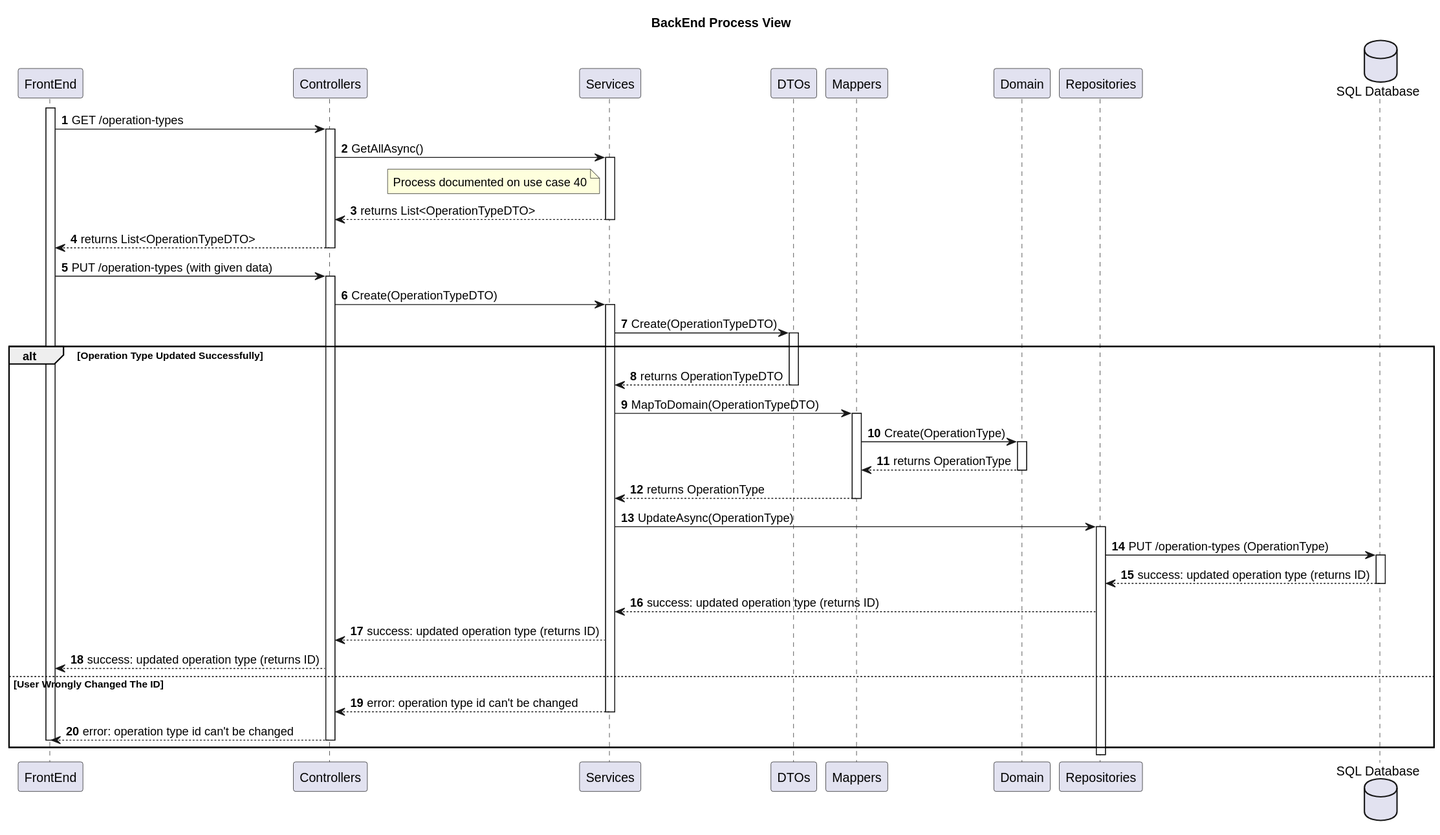
Before: docs/SprintA/38-edit-operation-types/level3/backend-process-view.svg, a diagram exported from PlantUML (MiguelCardoso77/SurgicalSync-BackEnd). Source of this version:
```plantuml
@startuml
autonumber

title BackEnd Process View

participant "FrontEnd" as FE
participant "Controllers" as CN
participant "Services" as SV
participant "DTOs" as DTO
participant "Mappers" as MP
participant "Domain" as DM
participant "Repositories" as REPO
database "SQL Database" as SQL

activate FE
    FE -> CN : GET /operation-types
    activate CN

        CN -> SV : GetAllAsync()
        activate SV

            note left of SV
                Process documented on use case 40
            end note
            SV --> CN : returns List<OperationTypeDTO>
        deactivate SV

        CN --> FE : returns List<OperationTypeDTO>
    deactivate CN

    FE -> CN: PUT /operation-types (with given data)
    activate CN

        CN -> SV : Create(OperationTypeDTO)
        activate SV

            SV -> DTO : Create(OperationTypeDTO)
            activate DTO

alt Operation Type Updated Successfully

                DTO --> SV : returns OperationTypeDTO
            deactivate DTO

            SV -> MP : MapToDomain(OperationTypeDTO)
            activate MP

                MP -> DM : Create(OperationType)
                activate DM

                    DM --> MP : returns OperationType
                deactivate DM

                MP --> SV : returns OperationType
            deactivate MP

            SV -> REPO : UpdateAsync(OperationType)
            activate REPO

                REPO -> SQL : PUT /operation-types (OperationType)
                activate SQL

                    SQL --> REPO : success: updated operation type (returns ID)
                deactivate SQL

                REPO --> SV : success: updated operation type (returns ID)


            SV --> CN : success: updated operation type (returns ID)
        FE <-- CN: success: updated operation type (returns ID)

else User Wrongly Changed The ID

            SV --> CN : error: operation type id can't be changed
        deactivate SV
        FE <-- CN: error: operation type id can't be changed
    deactivate CN

deactivate FE
end
@enduml
```
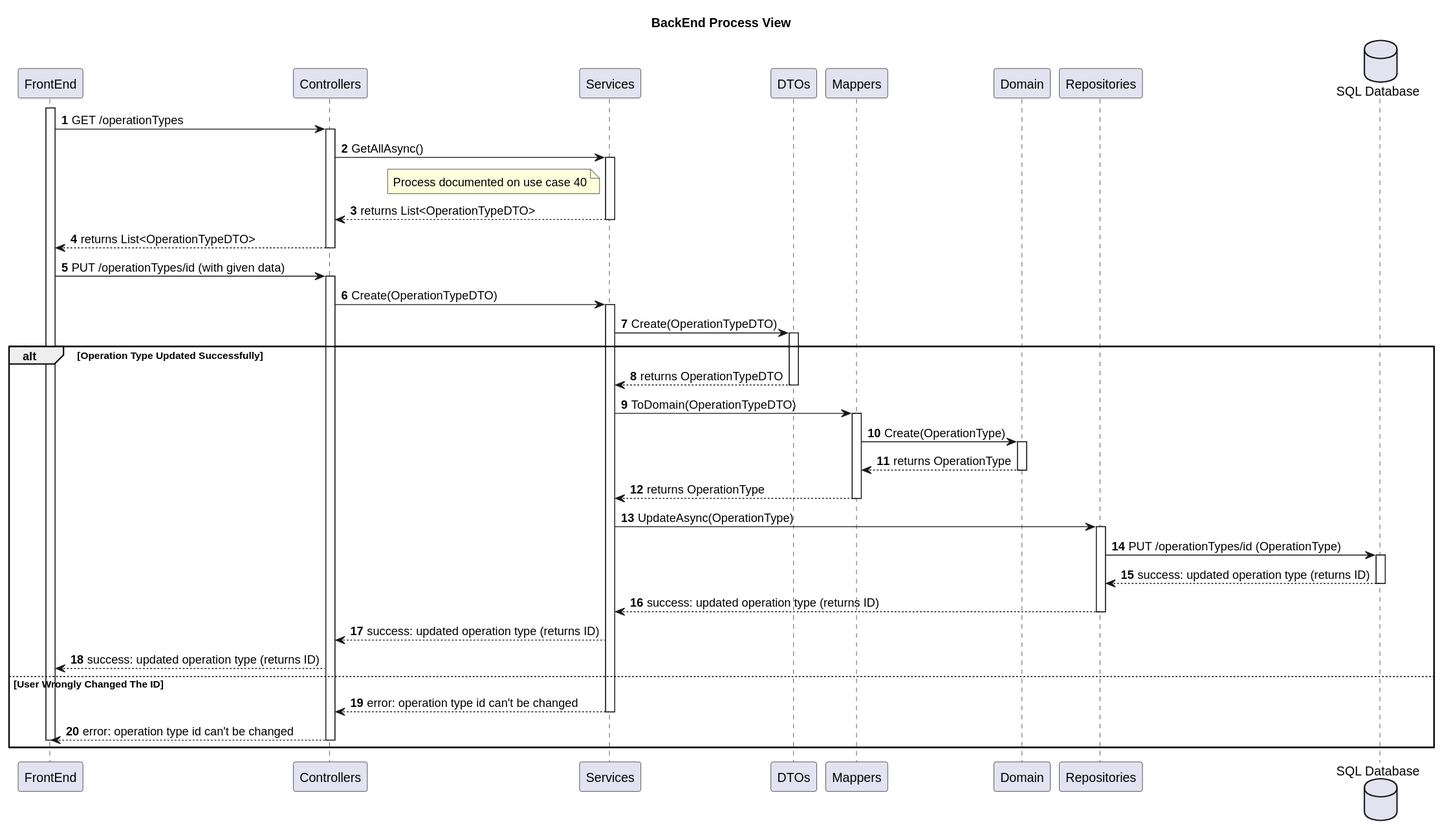
Above is the later version.

Commit message:
#21 Finished documentation for this use case

The edit, as a diff of the source:
```diff
@@ -13,7 +13,7 @@
 database "SQL Database" as SQL
 
 activate FE
-    FE -> CN : GET /operation-types
+    FE -> CN : GET /operationTypes
     activate CN
 
         CN -> SV : GetAllAsync()
@@ -28,7 +28,7 @@
         CN --> FE : returns List<OperationTypeDTO>
     deactivate CN
 
-    FE -> CN: PUT /operation-types (with given data)
+    FE -> CN: PUT /operationTypes/id (with given data)
     activate CN
 
         CN -> SV : Create(OperationTypeDTO)
@@ -42,7 +42,7 @@
                 DTO --> SV : returns OperationTypeDTO
             deactivate DTO
 
-            SV -> MP : MapToDomain(OperationTypeDTO)
+            SV -> MP : ToDomain(OperationTypeDTO)
             activate MP
 
                 MP -> DM : Create(OperationType)
@@ -57,14 +57,14 @@
             SV -> REPO : UpdateAsync(OperationType)
             activate REPO
 
-                REPO -> SQL : PUT /operation-types (OperationType)
+                REPO -> SQL : PUT /operationTypes/id (OperationType)
                 activate SQL
 
                     SQL --> REPO : success: updated operation type (returns ID)
                 deactivate SQL
 
                 REPO --> SV : success: updated operation type (returns ID)
-
+            deactivate REPO
 
             SV --> CN : success: updated operation type (returns ID)
         FE <-- CN: success: updated operation type (returns ID)
```
